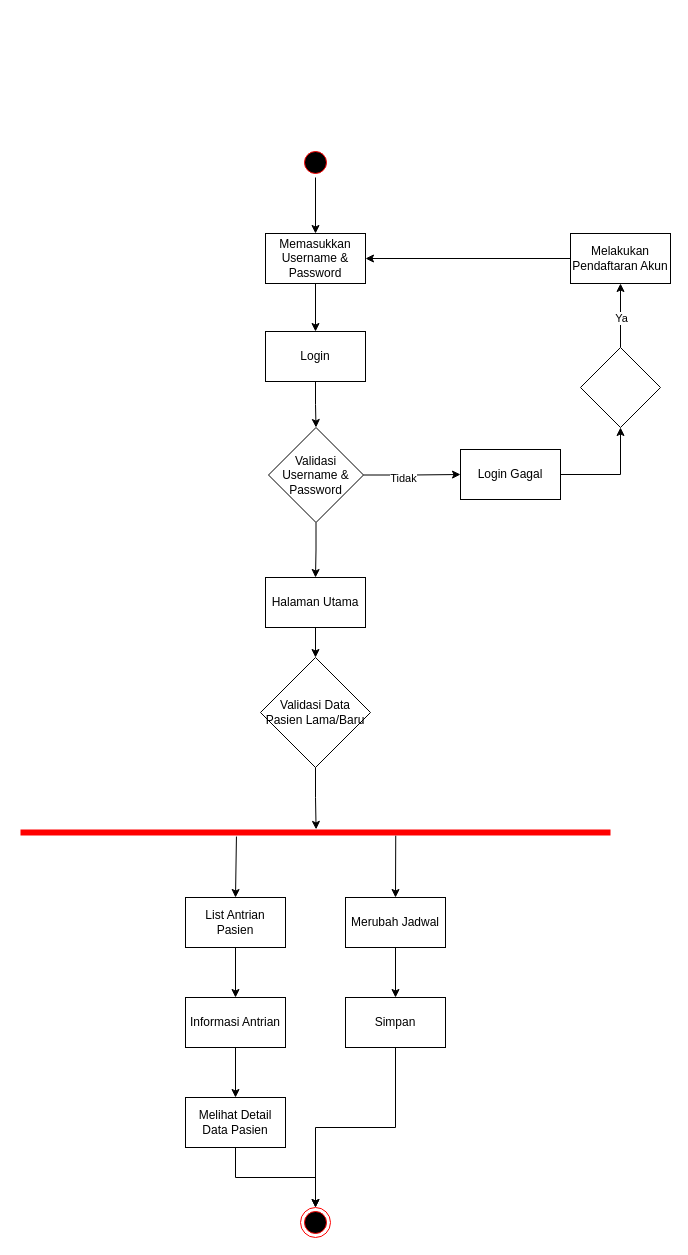
vanfauzan/HSA-KlinikGo keeps this draw.io diagram as ActivityDiagram_KlinikGo2.drawio. Above is the earlier version. Source tidied: cells renumbered, new cells numbered last; positions are measured from the earlier drawing's top-left corner, leaving out a move shared by most shapes. Both pictures are drawn from the tidied source at 100%, with x=0, y=0 at pixel (20, 147).
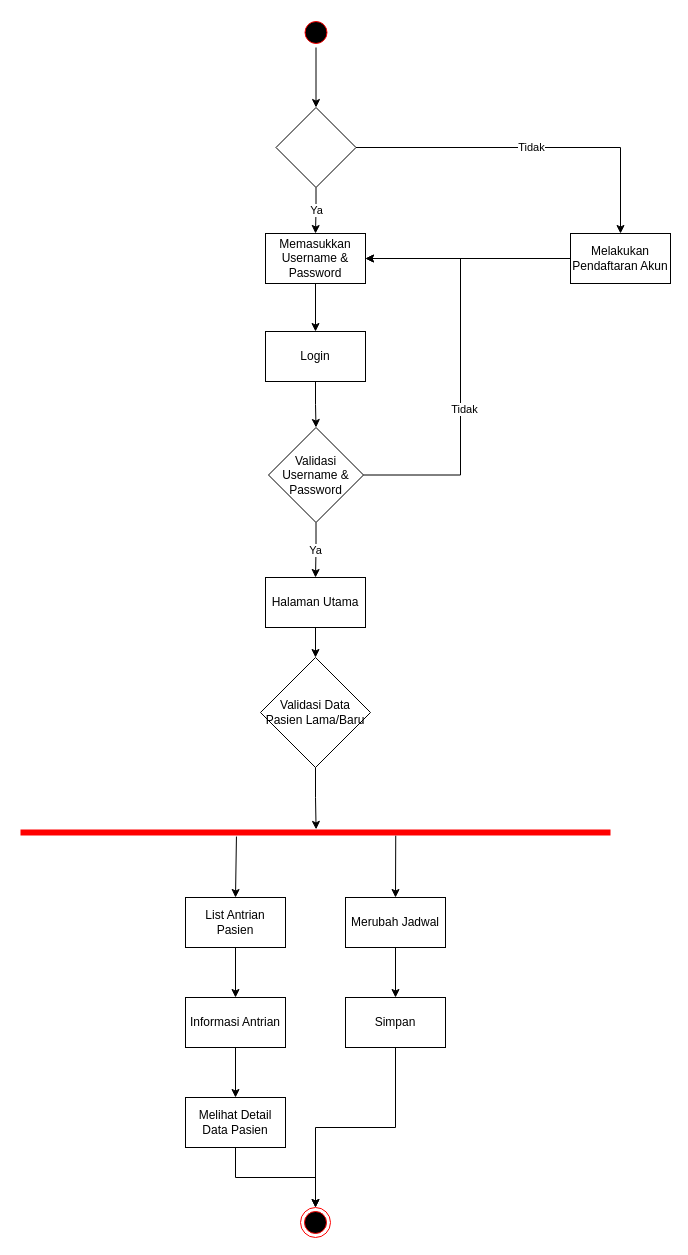
The same diagram, later.

Unchanged cells that the change refers to:
```xml
<mxCell id="9" value="Validasi Username &amp;amp; Password" style="rhombus;whiteSpace=wrap;html=1;" parent="1" vertex="1">
  <mxGeometry x="248" y="280" width="95" height="95" as="geometry" />
</mxCell>
<mxCell id="16" value="Memasukkan Username &amp;amp; Password" style="html=1;dashed=0;whiteSpace=wrap;" parent="1" vertex="1">
  <mxGeometry x="245" y="86" width="100" height="50" as="geometry" />
</mxCell>
<mxCell id="18" value="Melakukan Pendaftaran Akun" style="html=1;dashed=0;whiteSpace=wrap;" parent="1" vertex="1">
  <mxGeometry x="550" y="86" width="100" height="50" as="geometry" />
</mxCell>
<mxCell id="19" value="Halaman Utama" style="html=1;dashed=0;whiteSpace=wrap;" parent="1" vertex="1">
  <mxGeometry x="245" y="430" width="100" height="50" as="geometry" />
</mxCell>
```

The edit, as a diff of the source:
```diff
@@
-    <mxCell id="2" style="edgeStyle=orthogonalEdgeStyle;rounded=0;jettySize=auto;html=1;exitX=0.5;exitY=1;exitDx=0;exitDy=0;entryX=0.5;entryY=0;entryDx=0;entryDy=0;" parent="1" edge="1" source="3" target="16">
-      <mxGeometry relative="1" as="geometry" />
-    </mxCell>
+    <mxCell id="37" style="edgeStyle=orthogonalEdgeStyle;rounded=0;jettySize=auto;html=1;exitX=0.5;exitY=1;exitDx=0;exitDy=0;entryX=0.5;entryY=0;entryDx=0;entryDy=0;" parent="1" edge="1" source="3" target="14">
+      <mxGeometry relative="1" as="geometry" />
+    </mxCell>
     <mxCell id="3" style="ellipse;html=1;shape=startState;fillColor=#000000;strokeColor=#ff0000;" parent="1" vertex="1">
-      <mxGeometry x="280" width="30" height="30" as="geometry" />
+      <mxGeometry x="280.5" y="-130" width="30" height="30" as="geometry" />
     </mxCell>
@@
-    <mxCell id="6" style="edgeStyle=orthogonalEdgeStyle;rounded=0;jettySize=auto;html=1;exitX=1;exitY=0.5;exitDx=0;exitDy=0;entryX=0;entryY=0.5;entryDx=0;entryDy=0;" parent="1" edge="1" source="9" target="11">
-      <mxGeometry relative="1" as="geometry" />
+    <mxCell id="6" style="edgeStyle=orthogonalEdgeStyle;rounded=0;jettySize=auto;html=1;exitX=1;exitY=0.5;exitDx=0;exitDy=0;entryX=1;entryY=0.5;entryDx=0;entryDy=0;" parent="1" edge="1" source="9" target="16">
+      <mxGeometry relative="1" as="geometry">
+        <Array as="points">
+          <mxPoint x="440" y="328" />
+          <mxPoint x="440" y="111" />
+        </Array>
+      </mxGeometry>
     </mxCell>
@@
-    <mxCell id="8" style="edgeStyle=orthogonalEdgeStyle;rounded=0;jettySize=auto;html=1;exitX=0.5;exitY=1;exitDx=0;exitDy=0;entryX=0.5;entryY=0;entryDx=0;entryDy=0;" parent="1" edge="1" source="9" target="19">
+    <mxCell id="8" value="Ya" style="edgeStyle=orthogonalEdgeStyle;rounded=0;jettySize=auto;html=1;exitX=0.5;exitY=1;exitDx=0;exitDy=0;entryX=0.5;entryY=0;entryDx=0;entryDy=0;" parent="1" edge="1" source="9" target="19">
       <mxGeometry relative="1" as="geometry" />
     </mxCell>
@@
-    <mxCell id="10" style="edgeStyle=orthogonalEdgeStyle;rounded=0;jettySize=auto;html=1;exitX=1;exitY=0.5;exitDx=0;exitDy=0;entryX=0.5;entryY=1;entryDx=0;entryDy=0;" parent="1" edge="1" source="11" target="14">
-      <mxGeometry relative="1" as="geometry" />
-    </mxCell>
-    <mxCell id="11" value="Login Gagal" style="html=1;dashed=0;whiteSpace=wrap;" parent="1" vertex="1">
-      <mxGeometry x="440" y="302" width="100" height="50" as="geometry" />
-    </mxCell>
+    <mxCell id="13" value="Ya" style="edgeStyle=orthogonalEdgeStyle;rounded=0;jettySize=auto;html=1;exitX=0.5;exitY=1;exitDx=0;exitDy=0;entryX=0.5;entryY=0;entryDx=0;entryDy=0;" parent="1" edge="1" source="14" target="16">
+      <mxGeometry relative="1" as="geometry" />
+    </mxCell>
-    <mxCell id="12" style="edgeStyle=orthogonalEdgeStyle;rounded=0;jettySize=auto;html=1;exitX=0.5;exitY=0;exitDx=0;exitDy=0;entryX=0.5;entryY=1;entryDx=0;entryDy=0;" parent="1" edge="1" source="14" target="18">
+    <mxCell id="12" value="Tidak" style="edgeStyle=orthogonalEdgeStyle;rounded=0;jettySize=auto;html=1;exitX=1;exitY=0.5;exitDx=0;exitDy=0;entryX=0.5;entryY=0;entryDx=0;entryDy=0;" parent="1" edge="1" source="14" target="18">
       <mxGeometry relative="1" as="geometry" />
     </mxCell>
-    <mxCell id="13" value="Ya" style="edgeLabel;html=1;align=center;verticalAlign=middle;" parent="12" vertex="1">
-      <mxGeometry x="0.31" y="2" relative="1" as="geometry">
-        <mxPoint x="2" y="12" as="offset" />
-      </mxGeometry>
-    </mxCell>
     <mxCell id="14" style="rhombus;whiteSpace=wrap;html=1;" parent="1" vertex="1">
-      <mxGeometry x="560" y="200" width="80" height="80" as="geometry" />
+      <mxGeometry x="255.5" y="-40" width="80" height="80" as="geometry" />
     </mxCell>
```
